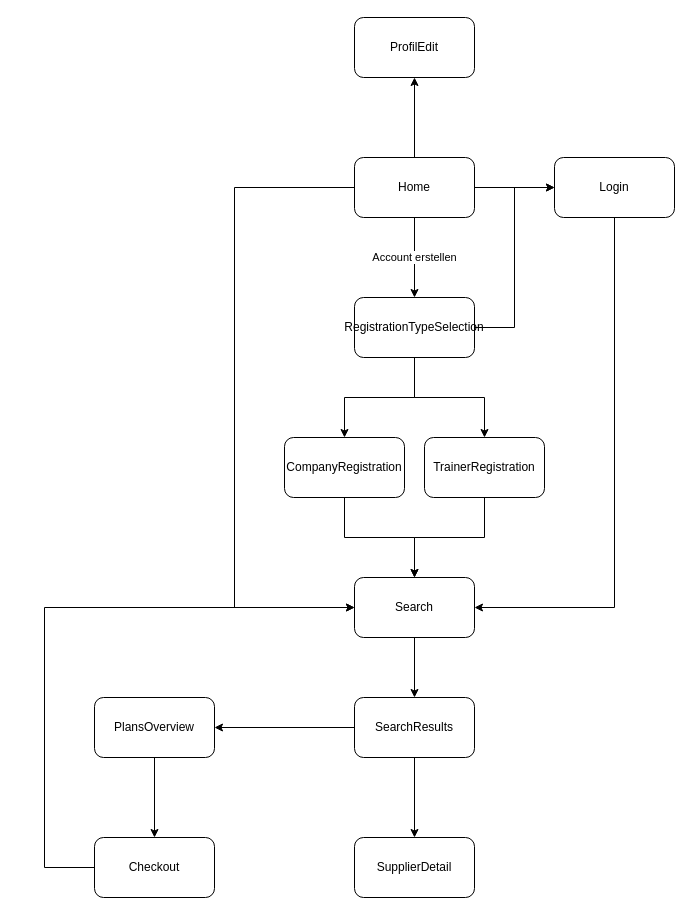
The draw.io diagram sitemap.drawio in glaures/4bw-frontend, before the edit. Source tidied: cells renumbered, new cells numbered last; positions are measured from the earlier drawing's top-left corner, leaving out a move shared by most shapes. Both pictures are drawn from the tidied source at 100%, with x=0, y=0 at pixel (44, 17).
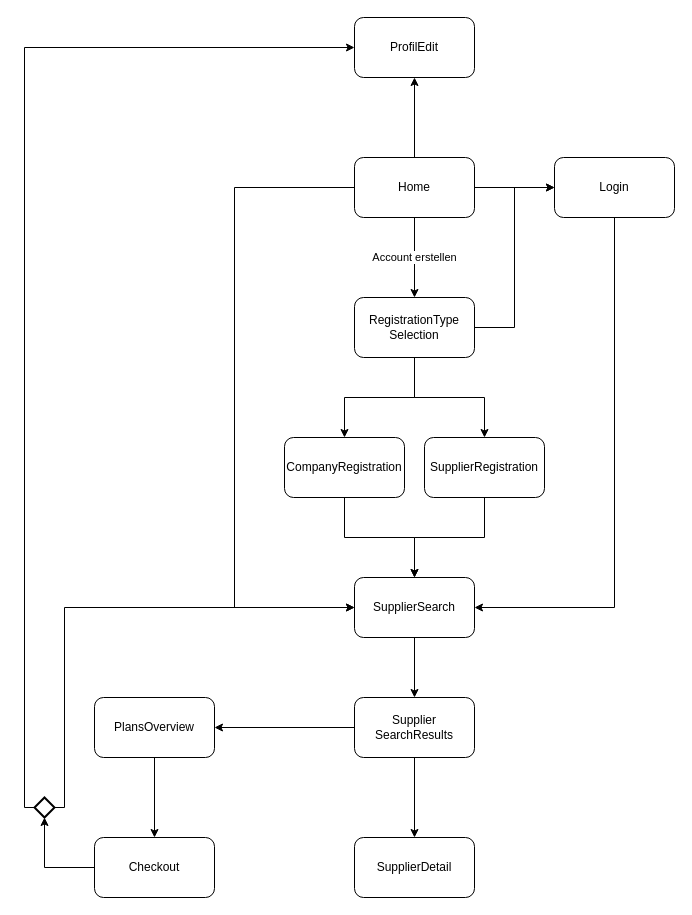
The same page after the edit.

The change refers to these unchanged cells:
```xml
<mxCell id="25" value="Checkout" style="rounded=1;whiteSpace=wrap;html=1;" parent="1" vertex="1">
  <mxGeometry x="50" y="820" width="120" height="60" as="geometry" />
</mxCell>
<mxCell id="27" value="ProfilEdit" style="rounded=1;whiteSpace=wrap;html=1;" parent="1" vertex="1">
  <mxGeometry x="310" width="120" height="60" as="geometry" />
</mxCell>
```

The edit, as a diff of the source:
```diff
@@
-    <mxCell id="10" value="RegistrationTypeSelection" style="rounded=1;whiteSpace=wrap;html=1;" parent="1" vertex="1">
+    <mxCell id="10" value="RegistrationType&lt;br&gt;Selection" style="rounded=1;whiteSpace=wrap;html=1;" parent="1" vertex="1">
       <mxGeometry x="310" y="280" width="120" height="60" as="geometry" />
     </mxCell>
@@
-    <mxCell id="16" value="TrainerRegistration" style="rounded=1;whiteSpace=wrap;html=1;" parent="1" vertex="1">
+    <mxCell id="16" value="SupplierRegistration" style="rounded=1;whiteSpace=wrap;html=1;" parent="1" vertex="1">
       <mxGeometry x="380" y="420" width="120" height="60" as="geometry" />
     </mxCell>
@@
-    <mxCell id="19" value="SearchResults" style="rounded=1;whiteSpace=wrap;html=1;" parent="1" vertex="1">
+    <mxCell id="19" value="Supplier&lt;br&gt;SearchResults" style="rounded=1;whiteSpace=wrap;html=1;" parent="1" vertex="1">
       <mxGeometry x="310" y="680" width="120" height="60" as="geometry" />
     </mxCell>
@@
-    <mxCell id="21" value="Search" style="rounded=1;whiteSpace=wrap;html=1;" parent="1" vertex="1">
+    <mxCell id="21" value="SupplierSearch" style="rounded=1;whiteSpace=wrap;html=1;" parent="1" vertex="1">
       <mxGeometry x="310" y="560" width="120" height="60" as="geometry" />
     </mxCell>
@@
-    <mxCell id="24" style="edgeStyle=orthogonalEdgeStyle;rounded=0;jettySize=auto;html=1;entryX=0;entryY=0.5;entryDx=0;entryDy=0;" parent="1" edge="1" source="25" target="21">
-      <mxGeometry relative="1" as="geometry">
-        <Array as="points">
-          <mxPoint y="850" />
-          <mxPoint y="590" />
-        </Array>
-      </mxGeometry>
-    </mxCell>
@@
+    <mxCell id="28" style="edgeStyle=orthogonalEdgeStyle;rounded=0;jettySize=auto;html=1;entryX=0;entryY=0.5;entryDx=0;entryDy=0;exitX=1;exitY=0.5;exitDx=0;exitDy=0;exitPerimeter=0;" parent="1" edge="1" source="30" target="21">
+      <mxGeometry relative="1" as="geometry">
+        <Array as="points">
+          <mxPoint x="20" y="790" />
+          <mxPoint x="20" y="590" />
+        </Array>
+      </mxGeometry>
+    </mxCell>
+    <mxCell id="29" style="edgeStyle=orthogonalEdgeStyle;rounded=0;jettySize=auto;html=1;entryX=0;entryY=0.5;entryDx=0;entryDy=0;" parent="1" edge="1" source="30" target="27">
+      <mxGeometry relative="1" as="geometry">
+        <Array as="points">
+          <mxPoint x="-20" y="790" />
+          <mxPoint x="-20" y="30" />
+        </Array>
+      </mxGeometry>
+    </mxCell>
+    <mxCell id="30" style="strokeWidth=2;html=1;shape=mxgraph.flowchart.decision;whiteSpace=wrap;" parent="1" vertex="1">
+      <mxGeometry x="-10" y="780" width="20" height="20" as="geometry" />
+    </mxCell>
+    <mxCell id="31" style="edgeStyle=orthogonalEdgeStyle;rounded=0;jettySize=auto;html=1;entryX=0.5;entryY=1;entryDx=0;entryDy=0;entryPerimeter=0;" parent="1" edge="1" source="25" target="30">
+      <mxGeometry relative="1" as="geometry" />
+    </mxCell>
```
